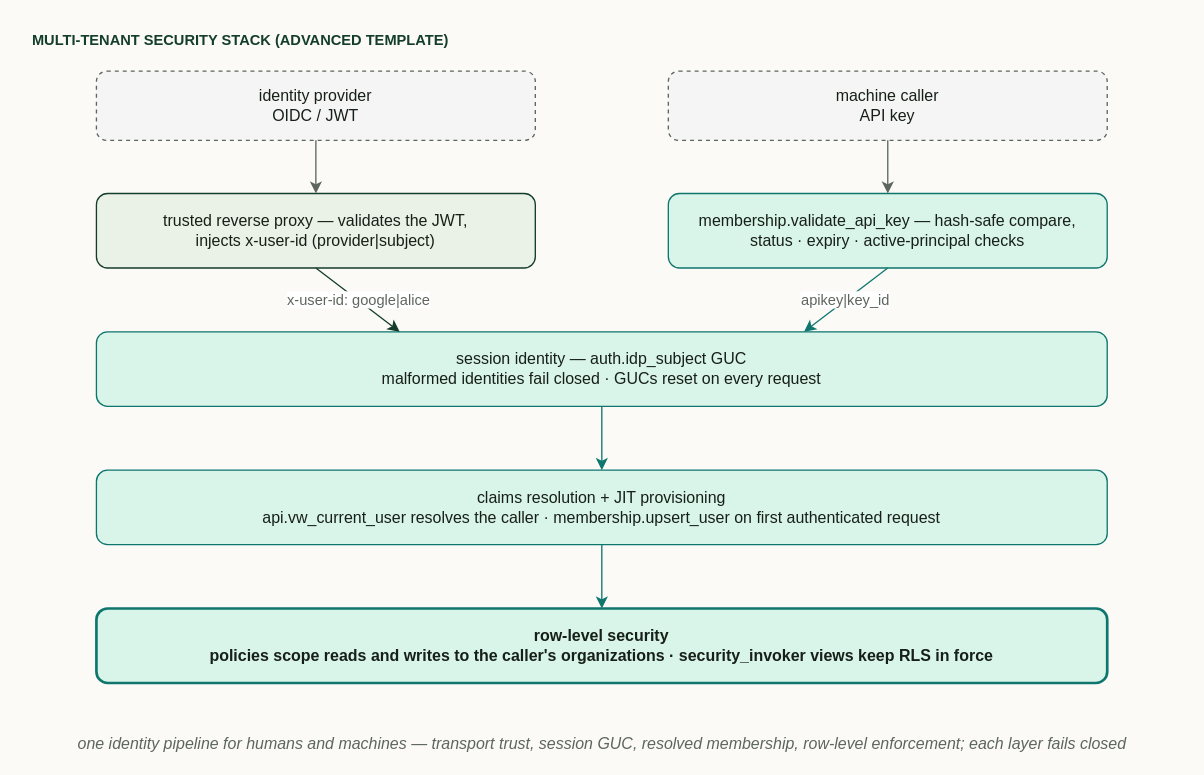
This is docs/diagrams/d13-security-stack.drawio from vvka-141/pgmi, a draw.io file, before an edit. Source tidied: cells renumbered, new cells numbered last; positions are measured from the earlier drawing's top-left corner, leaving out a move shared by most shapes. Both pictures are drawn from the tidied source at 133%, with x=0, y=0 at pixel (29, 23).
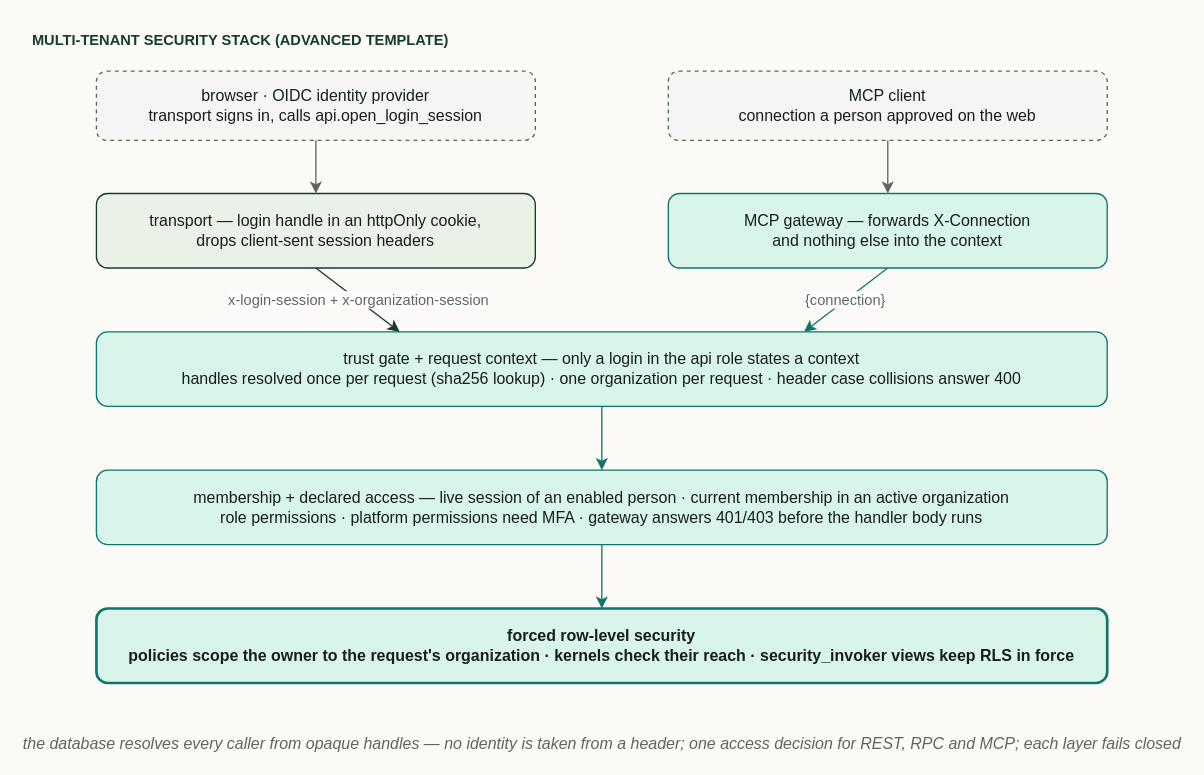
The same diagram, later.

What changed in the source:
```diff
@@
 <mxGraphModel background="#fbfaf7">
   <root>
     <mxCell id="0" />
     <mxCell id="1" parent="0" />
     <mxCell id="2" value="MULTI-TENANT SECURITY STACK (ADVANCED TEMPLATE)" style="text;html=1;align=left;fontStyle=1;fontSize=11;fontColor=#143d2b;" parent="1" vertex="1">
       <mxGeometry width="420" height="20" as="geometry" />
     </mxCell>
-    <mxCell id="3" value="identity provider&#10;OIDC / JWT" style="rounded=1;whiteSpace=wrap;html=1;fillColor=#f5f5f5;strokeColor=#5d665d;dashed=1;fontColor=#172018;fontSize=12;" parent="1" vertex="1">
+    <mxCell id="3" value="browser · OIDC identity provider&#10;transport signs in, calls api.open_login_session" style="rounded=1;whiteSpace=wrap;html=1;fillColor=#f5f5f5;strokeColor=#5d665d;dashed=1;fontColor=#172018;fontSize=12;" parent="1" vertex="1">
       <mxGeometry x="50" y="36" width="330" height="52" as="geometry" />
     </mxCell>
-    <mxCell id="4" value="machine caller&#10;API key" style="rounded=1;whiteSpace=wrap;html=1;fillColor=#f5f5f5;strokeColor=#5d665d;dashed=1;fontColor=#172018;fontSize=12;" parent="1" vertex="1">
+    <mxCell id="4" value="MCP client&#10;connection a person approved on the web" style="rounded=1;whiteSpace=wrap;html=1;fillColor=#f5f5f5;strokeColor=#5d665d;dashed=1;fontColor=#172018;fontSize=12;" parent="1" vertex="1">
       <mxGeometry x="480" y="36" width="330" height="52" as="geometry" />
     </mxCell>
-    <mxCell id="5" value="trusted reverse proxy — validates the JWT,&#10;injects x-user-id (provider|subject)" style="rounded=1;whiteSpace=wrap;html=1;fillColor=#eaf1e7;strokeColor=#143d2b;fontColor=#172018;fontSize=12;" parent="1" vertex="1">
+    <mxCell id="5" value="transport — login handle in an httpOnly cookie,&#10;drops client-sent session headers" style="rounded=1;whiteSpace=wrap;html=1;fillColor=#eaf1e7;strokeColor=#143d2b;fontColor=#172018;fontSize=12;" parent="1" vertex="1">
       <mxGeometry x="50" y="128" width="330" height="56" as="geometry" />
     </mxCell>
-    <mxCell id="6" value="membership.validate_api_key — hash-safe compare,&#10;status · expiry · active-principal checks" style="rounded=1;whiteSpace=wrap;html=1;fillColor=#d9f4e8;strokeColor=#0f766e;fontColor=#172018;fontSize=12;" parent="1" vertex="1">
+    <mxCell id="6" value="MCP gateway — forwards X-Connection&#10;and nothing else into the context" style="rounded=1;whiteSpace=wrap;html=1;fillColor=#d9f4e8;strokeColor=#0f766e;fontColor=#172018;fontSize=12;" parent="1" vertex="1">
       <mxGeometry x="480" y="128" width="330" height="56" as="geometry" />
     </mxCell>
-    <mxCell id="7" value="session identity — auth.idp_subject GUC&#10;malformed identities fail closed · GUCs reset on every request" style="rounded=1;whiteSpace=wrap;html=1;fillColor=#d9f4e8;strokeColor=#0f766e;fontColor=#172018;fontSize=12;" parent="1" vertex="1">
+    <mxCell id="7" value="trust gate + request context — only a login in the api role states a context&#10;handles resolved once per request (sha256 lookup) · one organization per request · header case collisions answer 400" style="rounded=1;whiteSpace=wrap;html=1;fillColor=#d9f4e8;strokeColor=#0f766e;fontColor=#172018;fontSize=12;" parent="1" vertex="1">
       <mxGeometry x="50" y="232" width="760" height="56" as="geometry" />
     </mxCell>
-    <mxCell id="8" value="claims resolution + JIT provisioning&#10;api.vw_current_user resolves the caller · membership.upsert_user on first authenticated request" style="rounded=1;whiteSpace=wrap;html=1;fillColor=#d9f4e8;strokeColor=#0f766e;fontColor=#172018;fontSize=12;" parent="1" vertex="1">
+    <mxCell id="8" value="membership + declared access — live session of an enabled person · current membership in an active organization&#10;role permissions · platform permissions need MFA · gateway answers 401/403 before the handler body runs" style="rounded=1;whiteSpace=wrap;html=1;fillColor=#d9f4e8;strokeColor=#0f766e;fontColor=#172018;fontSize=12;" parent="1" vertex="1">
       <mxGeometry x="50" y="336" width="760" height="56" as="geometry" />
     </mxCell>
-    <mxCell id="9" value="row-level security&#10;policies scope reads and writes to the caller's organizations · security_invoker views keep RLS in force" style="rounded=1;whiteSpace=wrap;html=1;fillColor=#d9f4e8;strokeColor=#0f766e;strokeWidth=2;fontColor=#172018;fontStyle=1;fontSize=12;" parent="1" vertex="1">
+    <mxCell id="9" value="forced row-level security&#10;policies scope the owner to the request's organization · kernels check their reach · security_invoker views keep RLS in force" style="rounded=1;whiteSpace=wrap;html=1;fillColor=#d9f4e8;strokeColor=#0f766e;strokeWidth=2;fontColor=#172018;fontStyle=1;fontSize=12;" parent="1" vertex="1">
       <mxGeometry x="50" y="440" width="760" height="56" as="geometry" />
     </mxCell>
     <mxCell id="10" style="html=1;endArrow=classic;strokeColor=#5d665d;exitX=0.5;exitY=1;entryX=0.5;entryY=0;" parent="1" edge="1" source="3" target="5">
       <mxGeometry relative="1" as="geometry" />
     </mxCell>
     <mxCell id="11" style="html=1;endArrow=classic;strokeColor=#5d665d;exitX=0.5;exitY=1;entryX=0.5;entryY=0;" parent="1" edge="1" source="4" target="6">
       <mxGeometry relative="1" as="geometry" />
     </mxCell>
-    <mxCell id="12" value="x-user-id: google|alice" style="html=1;endArrow=classic;strokeColor=#143d2b;fontColor=#5d665d;fontSize=11;exitX=0.5;exitY=1;entryX=0.3;entryY=0;" parent="1" edge="1" source="5" target="7">
+    <mxCell id="12" value="x-login-session + x-organization-session" style="html=1;endArrow=classic;strokeColor=#143d2b;fontColor=#5d665d;fontSize=11;exitX=0.5;exitY=1;entryX=0.3;entryY=0;" parent="1" edge="1" source="5" target="7">
       <mxGeometry relative="1" as="geometry" />
     </mxCell>
-    <mxCell id="13" value="apikey|key_id" style="html=1;endArrow=classic;strokeColor=#0f766e;fontColor=#5d665d;fontSize=11;exitX=0.5;exitY=1;entryX=0.7;entryY=0;" parent="1" edge="1" source="6" target="7">
+    <mxCell id="13" value="{connection}" style="html=1;endArrow=classic;strokeColor=#0f766e;fontColor=#5d665d;fontSize=11;exitX=0.5;exitY=1;entryX=0.7;entryY=0;" parent="1" edge="1" source="6" target="7">
       <mxGeometry relative="1" as="geometry" />
     </mxCell>
     <mxCell id="14" style="html=1;endArrow=classic;strokeColor=#0f766e;exitX=0.5;exitY=1;entryX=0.5;entryY=0;" parent="1" edge="1" source="7" target="8">
       <mxGeometry relative="1" as="geometry" />
     </mxCell>
     <mxCell id="15" style="html=1;endArrow=classic;strokeColor=#0f766e;exitX=0.5;exitY=1;entryX=0.5;entryY=0;" parent="1" edge="1" source="8" target="9">
       <mxGeometry relative="1" as="geometry" />
     </mxCell>
-    <mxCell id="16" value="one identity pipeline for humans and machines — transport trust, session GUC, resolved membership, row-level enforcement; each layer fails closed" style="text;html=1;align=center;fontStyle=2;fontSize=12;fontColor=#5d665d;" parent="1" vertex="1">
+    <mxCell id="16" value="the database resolves every caller from opaque handles — no identity is taken from a header; one access decision for REST, RPC and MCP; each layer fails closed" style="text;html=1;align=center;fontStyle=2;fontSize=12;fontColor=#5d665d;" parent="1" vertex="1">
       <mxGeometry x="50" y="528" width="760" height="20" as="geometry" />
     </mxCell>
   </root>
 </mxGraphModel>
```
